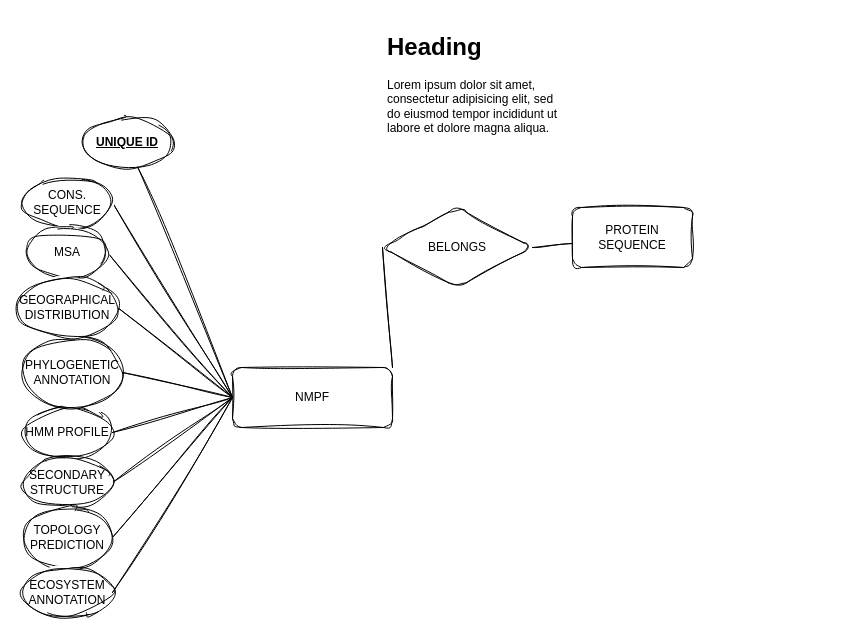
The draw.io diagram Ανώνυμο διάγραμμα.drawio in IceGreb/db_project, before the edit. Source tidied: cells renumbered, new cells numbered last; positions are measured from the earlier drawing's top-left corner, leaving out a move shared by most shapes. Both pictures are drawn from the tidied source at 100%, with x=0, y=0 at pixel (17, 27).
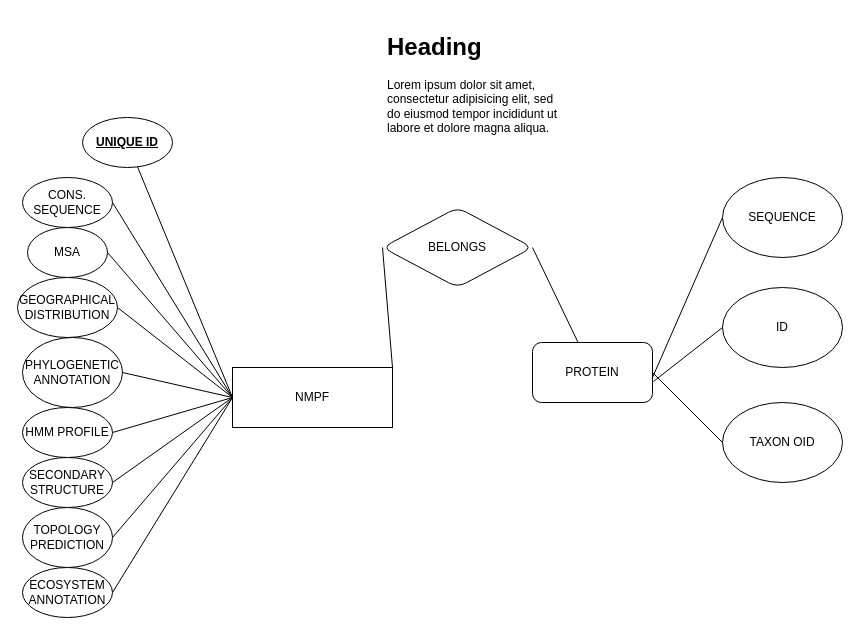
The same page after the edit.

The edit, as a diff of the source:
```diff
@@
-    <mxCell id="2" style="rounded=1;jettySize=auto;html=1;entryX=1;entryY=0.5;entryDx=0;entryDy=0;exitX=0;exitY=0.5;exitDx=0;exitDy=0;sketch=1;curveFitting=1;jiggle=2;endArrow=none;endFill=0;" parent="1" edge="1" source="10" target="12">
+    <mxCell id="2" style="rounded=1;jettySize=auto;html=1;entryX=1;entryY=0.5;entryDx=0;entryDy=0;exitX=0;exitY=0.5;exitDx=0;exitDy=0;endArrow=none;endFill=0;" parent="1" edge="1" source="10" target="12">
       <mxGeometry relative="1" as="geometry" />
     </mxCell>
-    <mxCell id="3" style="rounded=1;jettySize=auto;html=1;entryX=1;entryY=0.5;entryDx=0;entryDy=0;exitX=0;exitY=0.5;exitDx=0;exitDy=0;sketch=1;curveFitting=1;jiggle=2;endArrow=none;endFill=0;" parent="1" edge="1" source="10" target="13">
+    <mxCell id="3" style="rounded=1;jettySize=auto;html=1;entryX=1;entryY=0.5;entryDx=0;entryDy=0;exitX=0;exitY=0.5;exitDx=0;exitDy=0;endArrow=none;endFill=0;" parent="1" edge="1" source="10" target="13">
       <mxGeometry relative="1" as="geometry" />
     </mxCell>
-    <mxCell id="4" style="rounded=1;jettySize=auto;html=1;entryX=1;entryY=0.5;entryDx=0;entryDy=0;exitX=0;exitY=0.5;exitDx=0;exitDy=0;sketch=1;curveFitting=1;jiggle=2;endArrow=none;endFill=0;" parent="1" edge="1" source="10" target="19">
+    <mxCell id="4" style="rounded=1;jettySize=auto;html=1;entryX=1;entryY=0.5;entryDx=0;entryDy=0;exitX=0;exitY=0.5;exitDx=0;exitDy=0;endArrow=none;endFill=0;" parent="1" edge="1" source="10" target="19">
       <mxGeometry relative="1" as="geometry" />
     </mxCell>
-    <mxCell id="5" style="rounded=1;jettySize=auto;html=1;entryX=1;entryY=0.5;entryDx=0;entryDy=0;exitX=0;exitY=0.5;exitDx=0;exitDy=0;sketch=1;curveFitting=1;jiggle=2;endArrow=none;endFill=0;" parent="1" edge="1" source="10" target="17">
+    <mxCell id="5" style="rounded=1;jettySize=auto;html=1;entryX=1;entryY=0.5;entryDx=0;entryDy=0;exitX=0;exitY=0.5;exitDx=0;exitDy=0;endArrow=none;endFill=0;" parent="1" edge="1" source="10" target="17">
       <mxGeometry relative="1" as="geometry" />
     </mxCell>
-    <mxCell id="6" style="rounded=1;jettySize=auto;html=1;entryX=1;entryY=0.5;entryDx=0;entryDy=0;exitX=0;exitY=0.5;exitDx=0;exitDy=0;sketch=1;curveFitting=1;jiggle=2;endArrow=none;endFill=0;" parent="1" edge="1" source="10" target="14">
+    <mxCell id="6" style="rounded=1;jettySize=auto;html=1;entryX=1;entryY=0.5;entryDx=0;entryDy=0;exitX=0;exitY=0.5;exitDx=0;exitDy=0;endArrow=none;endFill=0;" parent="1" edge="1" source="10" target="14">
       <mxGeometry relative="1" as="geometry" />
     </mxCell>
-    <mxCell id="7" style="rounded=1;jettySize=auto;html=1;entryX=1;entryY=0.5;entryDx=0;entryDy=0;exitX=0;exitY=0.5;exitDx=0;exitDy=0;sketch=1;curveFitting=1;jiggle=2;endArrow=none;endFill=0;" parent="1" edge="1" source="10" target="15">
+    <mxCell id="7" style="rounded=1;jettySize=auto;html=1;entryX=1;entryY=0.5;entryDx=0;entryDy=0;exitX=0;exitY=0.5;exitDx=0;exitDy=0;endArrow=none;endFill=0;" parent="1" edge="1" source="10" target="15">
       <mxGeometry relative="1" as="geometry" />
     </mxCell>
-    <mxCell id="8" style="rounded=1;jettySize=auto;html=1;entryX=1;entryY=0.5;entryDx=0;entryDy=0;exitX=0;exitY=0.5;exitDx=0;exitDy=0;sketch=1;curveFitting=1;jiggle=2;endArrow=none;endFill=0;" parent="1" edge="1" source="10" target="16">
+    <mxCell id="8" style="rounded=1;jettySize=auto;html=1;entryX=1;entryY=0.5;entryDx=0;entryDy=0;exitX=0;exitY=0.5;exitDx=0;exitDy=0;endArrow=none;endFill=0;" parent="1" edge="1" source="10" target="16">
       <mxGeometry relative="1" as="geometry" />
     </mxCell>
-    <mxCell id="9" style="rounded=1;jettySize=auto;html=1;entryX=0;entryY=0.5;entryDx=0;entryDy=0;exitX=0;exitY=0.5;exitDx=0;exitDy=0;sketch=1;curveFitting=1;jiggle=2;endArrow=none;endFill=0;" parent="1" edge="1" source="10" target="18">
+    <mxCell id="9" style="rounded=1;jettySize=auto;html=1;entryX=0;entryY=0.5;entryDx=0;entryDy=0;exitX=0;exitY=0.5;exitDx=0;exitDy=0;endArrow=none;endFill=0;" parent="1" edge="1" source="10" target="18">
       <mxGeometry relative="1" as="geometry" />
     </mxCell>
-    <mxCell id="10" value="NMPF" style="rounded=1;whiteSpace=wrap;html=1;sketch=1;curveFitting=1;jiggle=2;" parent="1" vertex="1">
+    <mxCell id="10" value="NMPF" style="rounded=0;whiteSpace=wrap;html=1;glass=0;" parent="1" vertex="1">
       <mxGeometry x="215" y="340" width="160" height="60" as="geometry" />
     </mxCell>
-    <mxCell id="11" value="&lt;h1&gt;Heading&lt;/h1&gt;&lt;p&gt;Lorem ipsum dolor sit amet, consectetur adipisicing elit, sed do eiusmod tempor incididunt ut labore et dolore magna aliqua.&lt;/p&gt;" style="text;html=1;strokeColor=none;fillColor=none;spacing=5;spacingTop=-20;whiteSpace=wrap;overflow=hidden;rounded=1;sketch=1;curveFitting=1;jiggle=2;" parent="1" vertex="1">
+    <mxCell id="11" value="&lt;h1&gt;Heading&lt;/h1&gt;&lt;p&gt;Lorem ipsum dolor sit amet, consectetur adipisicing elit, sed do eiusmod tempor incididunt ut labore et dolore magna aliqua.&lt;/p&gt;" style="text;html=1;strokeColor=none;fillColor=none;spacing=5;spacingTop=-20;whiteSpace=wrap;overflow=hidden;rounded=1;" parent="1" vertex="1">
       <mxGeometry x="365" width="190" height="120" as="geometry" />
     </mxCell>
-    <mxCell id="12" value="CONS. SEQUENCE" style="ellipse;whiteSpace=wrap;html=1;sketch=1;curveFitting=1;jiggle=2;rounded=1;" parent="1" vertex="1">
+    <mxCell id="12" value="CONS. SEQUENCE" style="ellipse;whiteSpace=wrap;html=1;rounded=1;" parent="1" vertex="1">
       <mxGeometry x="5" y="150" width="90" height="50" as="geometry" />
     </mxCell>
-    <mxCell id="13" value="MSA" style="ellipse;whiteSpace=wrap;html=1;sketch=1;curveFitting=1;jiggle=2;rounded=1;" parent="1" vertex="1">
+    <mxCell id="13" value="MSA" style="ellipse;whiteSpace=wrap;html=1;rounded=1;" parent="1" vertex="1">
       <mxGeometry x="10" y="200" width="80" height="50" as="geometry" />
     </mxCell>
-    <mxCell id="14" value="HMM PROFILE" style="ellipse;whiteSpace=wrap;html=1;sketch=1;curveFitting=1;jiggle=2;rounded=1;" parent="1" vertex="1">
+    <mxCell id="14" value="HMM PROFILE" style="ellipse;whiteSpace=wrap;html=1;rounded=1;" parent="1" vertex="1">
       <mxGeometry x="5" y="380" width="90" height="50" as="geometry" />
     </mxCell>
-    <mxCell id="15" value="SECONDARY STRUCTURE" style="ellipse;whiteSpace=wrap;html=1;sketch=1;curveFitting=1;jiggle=2;rounded=1;" parent="1" vertex="1">
+    <mxCell id="15" value="SECONDARY STRUCTURE" style="ellipse;whiteSpace=wrap;html=1;rounded=1;" parent="1" vertex="1">
       <mxGeometry x="5" y="430" width="90" height="50" as="geometry" />
     </mxCell>
-    <mxCell id="16" value="TOPOLOGY PREDICTION" style="ellipse;whiteSpace=wrap;html=1;sketch=1;curveFitting=1;jiggle=2;rounded=1;" parent="1" vertex="1">
+    <mxCell id="16" value="TOPOLOGY PREDICTION" style="ellipse;whiteSpace=wrap;html=1;rounded=1;" parent="1" vertex="1">
       <mxGeometry x="5" y="480" width="90" height="60" as="geometry" />
     </mxCell>
-    <mxCell id="17" value="&lt;div&gt;PHYLOGENETIC ANNOTATION&lt;/div&gt;" style="ellipse;whiteSpace=wrap;html=1;sketch=1;curveFitting=1;jiggle=2;rounded=1;" parent="1" vertex="1">
+    <mxCell id="17" value="&lt;div&gt;PHYLOGENETIC ANNOTATION&lt;/div&gt;" style="ellipse;whiteSpace=wrap;html=1;rounded=1;" parent="1" vertex="1">
       <mxGeometry x="5" y="310" width="100" height="70" as="geometry" />
     </mxCell>
-    <mxCell id="18" value="&lt;div&gt;ECOSYSTEM ANNOTATION&lt;/div&gt;" style="ellipse;whiteSpace=wrap;html=1;direction=west;sketch=1;curveFitting=1;jiggle=2;rounded=1;" parent="1" vertex="1">
+    <mxCell id="18" value="&lt;div&gt;ECOSYSTEM ANNOTATION&lt;/div&gt;" style="ellipse;whiteSpace=wrap;html=1;direction=west;rounded=1;" parent="1" vertex="1">
       <mxGeometry x="5" y="540" width="90" height="50" as="geometry" />
     </mxCell>
-    <mxCell id="19" value="GEOGRAPHICAL DISTRIBUTION" style="ellipse;whiteSpace=wrap;html=1;sketch=1;curveFitting=1;jiggle=2;rounded=1;" parent="1" vertex="1">
+    <mxCell id="19" value="GEOGRAPHICAL DISTRIBUTION" style="ellipse;whiteSpace=wrap;html=1;rounded=1;" parent="1" vertex="1">
       <mxGeometry y="250" width="100" height="60" as="geometry" />
     </mxCell>
-    <mxCell id="20" style="rounded=1;jettySize=auto;html=1;entryX=0;entryY=0.5;entryDx=0;entryDy=0;sketch=1;curveFitting=1;jiggle=2;endArrow=none;endFill=0;" parent="1" edge="1" source="21" target="10">
+    <mxCell id="20" style="rounded=1;jettySize=auto;html=1;entryX=0;entryY=0.5;entryDx=0;entryDy=0;endArrow=none;endFill=0;" parent="1" edge="1" source="21" target="10">
       <mxGeometry relative="1" as="geometry" />
     </mxCell>
-    <mxCell id="21" value="&lt;u&gt;&lt;b&gt;UNIQUE ID&lt;/b&gt;&lt;/u&gt;" style="ellipse;whiteSpace=wrap;html=1;sketch=1;curveFitting=1;jiggle=2;rounded=1;" parent="1" vertex="1">
+    <mxCell id="21" value="&lt;u&gt;&lt;b&gt;UNIQUE ID&lt;/b&gt;&lt;/u&gt;" style="ellipse;whiteSpace=wrap;html=1;rounded=1;" parent="1" vertex="1">
       <mxGeometry x="65" y="90" width="90" height="50" as="geometry" />
     </mxCell>
-    <mxCell id="22" style="rounded=1;jettySize=auto;html=1;exitX=1;exitY=0.5;exitDx=0;exitDy=0;sketch=1;curveFitting=1;jiggle=2;endArrow=none;endFill=0;" parent="1" edge="1" source="25" target="23">
+    <mxCell id="22" style="rounded=1;jettySize=auto;html=1;exitX=1;exitY=0.5;exitDx=0;exitDy=0;endArrow=none;endFill=0;" parent="1" edge="1" source="25" target="23">
       <mxGeometry relative="1" as="geometry" />
     </mxCell>
-    <mxCell id="23" value="&lt;div&gt;PROTEIN SEQUENCE&lt;/div&gt;" style="rounded=1;whiteSpace=wrap;html=1;sketch=1;curveFitting=1;jiggle=2;" parent="1" vertex="1">
-      <mxGeometry x="555" y="180" width="120" height="60" as="geometry" />
+    <mxCell id="23" value="&lt;div&gt;PROTEIN&lt;/div&gt;" style="rounded=1;whiteSpace=wrap;html=1;" parent="1" vertex="1">
+      <mxGeometry x="515" y="315" width="120" height="60" as="geometry" />
     </mxCell>
-    <mxCell id="24" style="rounded=1;jettySize=auto;html=1;entryX=0;entryY=0.5;entryDx=0;entryDy=0;exitX=1;exitY=0;exitDx=0;exitDy=0;sketch=1;curveFitting=1;jiggle=2;endArrow=none;endFill=0;" parent="1" edge="1" source="10" target="25">
+    <mxCell id="24" style="rounded=1;jettySize=auto;html=1;entryX=0;entryY=0.5;entryDx=0;entryDy=0;exitX=1;exitY=0;exitDx=0;exitDy=0;endArrow=none;endFill=0;" parent="1" edge="1" source="10" target="25">
       <mxGeometry relative="1" as="geometry" />
     </mxCell>
-    <mxCell id="25" value="BELONGS" style="rhombus;whiteSpace=wrap;html=1;sketch=1;curveFitting=1;jiggle=2;rounded=1;" parent="1" vertex="1">
+    <mxCell id="25" value="BELONGS" style="rhombus;whiteSpace=wrap;html=1;rounded=1;" parent="1" vertex="1">
       <mxGeometry x="365" y="180" width="150" height="80" as="geometry" />
     </mxCell>
+    <mxCell id="26" value="SEQUENCE" style="ellipse;whiteSpace=wrap;html=1;" parent="1" vertex="1">
+      <mxGeometry x="705" y="150" width="120" height="80" as="geometry" />
+    </mxCell>
+    <mxCell id="27" style="rounded=1;jettySize=auto;html=1;entryX=0;entryY=0.5;entryDx=0;entryDy=0;endArrow=none;endFill=0;" parent="1" edge="1" target="26">
+      <mxGeometry relative="1" as="geometry">
+        <mxPoint x="635" y="350" as="sourcePoint" />
+      </mxGeometry>
+    </mxCell>
+    <mxCell id="28" value="ID" style="ellipse;whiteSpace=wrap;html=1;" parent="1" vertex="1">
+      <mxGeometry x="705" y="260" width="120" height="80" as="geometry" />
+    </mxCell>
+    <mxCell id="29" style="rounded=1;jettySize=auto;html=1;entryX=0;entryY=0.5;entryDx=0;entryDy=0;exitX=1.008;exitY=0.65;exitDx=0;exitDy=0;endArrow=none;endFill=0;exitPerimeter=0;" parent="1" edge="1" source="23" target="28">
+      <mxGeometry relative="1" as="geometry" />
+    </mxCell>
+    <mxCell id="30" value="TAXON OID" style="ellipse;whiteSpace=wrap;html=1;" parent="1" vertex="1">
+      <mxGeometry x="705" y="375" width="120" height="80" as="geometry" />
+    </mxCell>
+    <mxCell id="31" style="rounded=1;jettySize=auto;html=1;entryX=0;entryY=0.5;entryDx=0;entryDy=0;exitX=1;exitY=0.5;exitDx=0;exitDy=0;endArrow=none;endFill=0;" parent="1" edge="1" source="23" target="30">
+      <mxGeometry relative="1" as="geometry" />
+    </mxCell>
```
